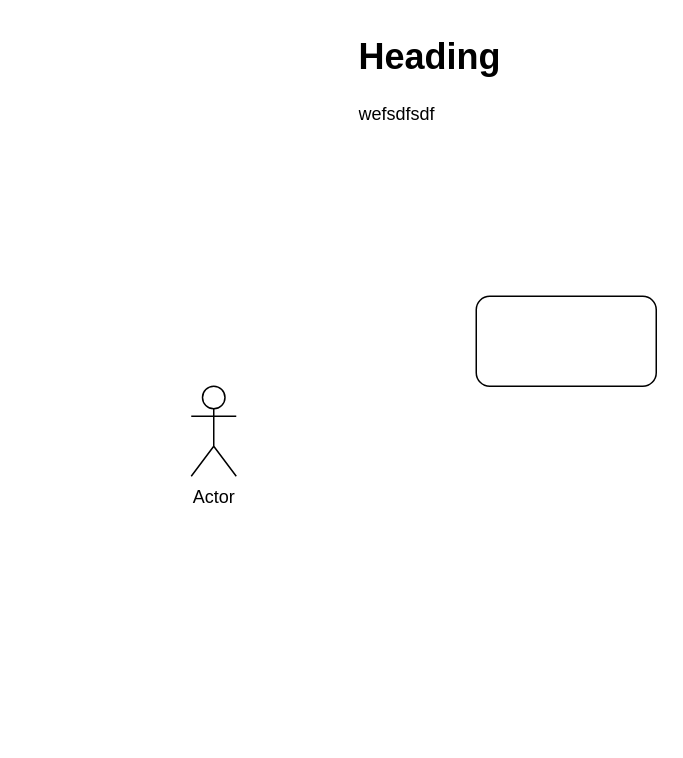
Heraldo-Coen/Team-Celebrations keeps this draw.io diagram as Untitled Diagram.drawio. Above is the earlier version. Source tidied: cells renumbered, new cells numbered last; positions are measured from the earlier drawing's top-left corner, leaving out a move shared by most shapes. Both pictures are drawn from the tidied source at 150%, with x=0, y=0 at pixel (190, 26).
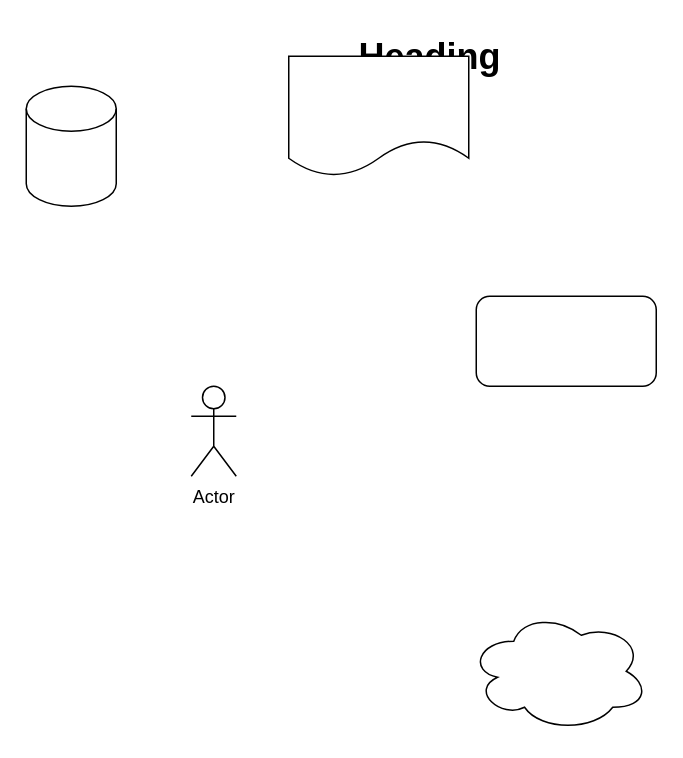
The same page after the edit.

Change to the diagram source:
```diff
@@
 <mxGraphModel>
   <root>
     <mxCell id="0" />
     <mxCell id="1" parent="0" />
     <mxCell id="2" style="rounded=1;whiteSpace=wrap;html=1;" parent="1" vertex="1">
       <mxGeometry x="190" y="180" width="120" height="60" as="geometry" />
     </mxCell>
     <mxCell id="3" value="&lt;h1 style=&quot;margin-top: 0px;&quot;&gt;Heading&lt;/h1&gt;&lt;p&gt;wefsdfsdf&lt;/p&gt;" style="text;html=1;whiteSpace=wrap;overflow=hidden;rounded=0;" parent="1" vertex="1">
       <mxGeometry x="110" width="180" height="120" as="geometry" />
     </mxCell>
     <mxCell id="4" value="Actor" style="shape=umlActor;verticalLabelPosition=bottom;verticalAlign=top;html=1;" parent="1" vertex="1">
       <mxGeometry y="240" width="30" height="60" as="geometry" />
     </mxCell>
+    <mxCell id="5" style="shape=cylinder3;whiteSpace=wrap;html=1;boundedLbl=1;backgroundOutline=1;size=15;" parent="1" vertex="1">
+      <mxGeometry x="-110" y="40" width="60" height="80" as="geometry" />
+    </mxCell>
+    <mxCell id="6" style="ellipse;shape=cloud;whiteSpace=wrap;html=1;" parent="1" vertex="1">
+      <mxGeometry x="185" y="390" width="120" height="80" as="geometry" />
+    </mxCell>
+    <mxCell id="7" style="shape=document;whiteSpace=wrap;html=1;boundedLbl=1;" parent="1" vertex="1">
+      <mxGeometry x="65" y="20" width="120" height="80" as="geometry" />
+    </mxCell>
   </root>
 </mxGraphModel>
```
